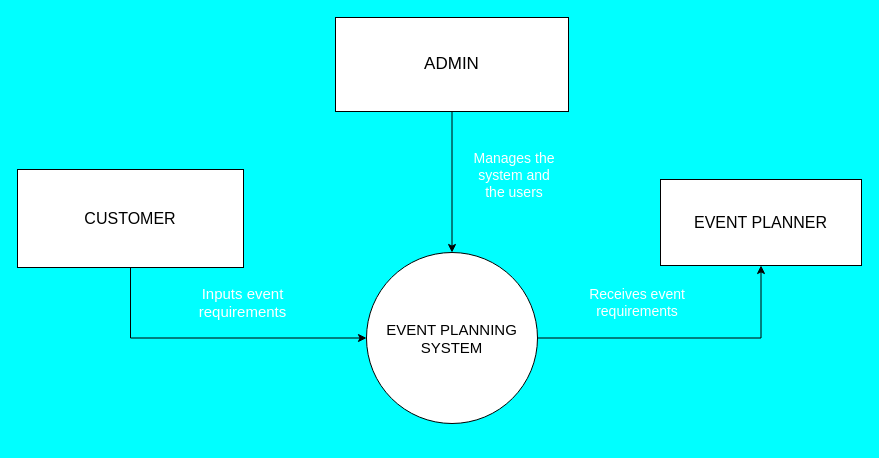
Before: page "Page-2" (2 of 8) of Untitled Diagram.drawio in Thuo001/ISProposal, a draw.io diagram. Source tidied: cells renumbered, new cells numbered last; positions are measured from the earlier drawing's top-left corner, leaving out a move shared by most shapes. Both pictures are drawn from the tidied source at 100%, with x=0, y=0 at pixel (17, 17).
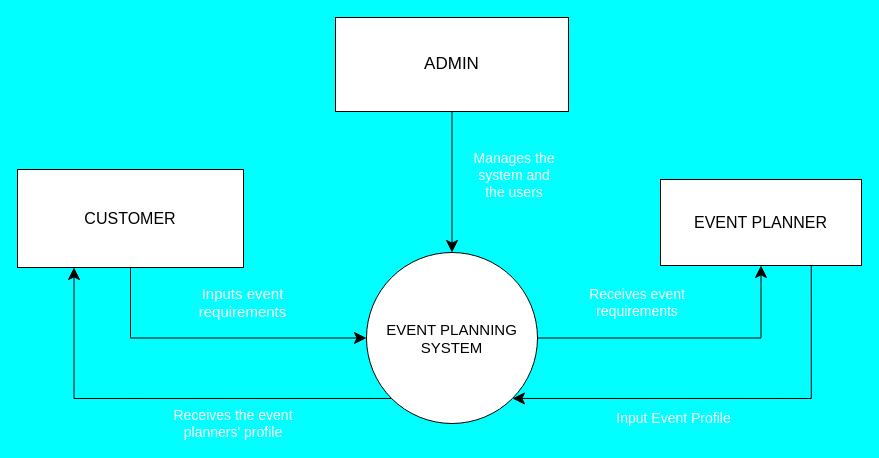
The same diagram, later.

What changed in the source:
```diff
@@
 <mxGraphModel background="#00FFFF">
   <root>
     <mxCell id="0" />
     <mxCell id="1" parent="0" />
-    <mxCell id="2" style="edgeStyle=orthogonalEdgeStyle;rounded=0;jettySize=auto;html=1;exitX=1;exitY=0.5;exitDx=0;exitDy=0;entryX=0.5;entryY=1;entryDx=0;entryDy=0;" parent="1" edge="1" source="3" target="6">
+    <mxCell id="2" style="edgeStyle=orthogonalEdgeStyle;rounded=0;jettySize=auto;html=1;exitX=1;exitY=0.5;exitDx=0;exitDy=0;entryX=0.5;entryY=1;entryDx=0;entryDy=0;endSize=10;startSize=10;" parent="1" edge="1" source="3" target="6">
       <mxGeometry relative="1" as="geometry" />
     </mxCell>
+    <mxCell id="12" style="edgeStyle=orthogonalEdgeStyle;rounded=0;jettySize=auto;html=1;exitX=0;exitY=1;exitDx=0;exitDy=0;entryX=0.25;entryY=1;entryDx=0;entryDy=0;endSize=10;startSize=10;" parent="1" edge="1" source="3" target="8">
+      <mxGeometry relative="1" as="geometry" />
+    </mxCell>
     <mxCell id="3" value="&lt;font style=&quot;font-size: 15px;&quot;&gt;EVENT PLANNING SYSTEM&lt;/font&gt;" style="ellipse;whiteSpace=wrap;html=1;" parent="1" vertex="1">
       <mxGeometry x="349" y="235" width="171" height="171" as="geometry" />
     </mxCell>
-    <mxCell id="4" style="edgeStyle=orthogonalEdgeStyle;rounded=0;jettySize=auto;html=1;exitX=0.5;exitY=1;exitDx=0;exitDy=0;" parent="1" edge="1" source="5" target="3">
+    <mxCell id="4" style="edgeStyle=orthogonalEdgeStyle;rounded=0;jettySize=auto;html=1;exitX=0.5;exitY=1;exitDx=0;exitDy=0;endSize=10;startSize=10;" parent="1" edge="1" source="5" target="3">
       <mxGeometry relative="1" as="geometry" />
     </mxCell>
     <mxCell id="5" value="&lt;font style=&quot;font-size: 17px;&quot;&gt;ADMIN&lt;/font&gt;" style="rounded=0;whiteSpace=wrap;html=1;" parent="1" vertex="1">
       <mxGeometry x="318" width="233" height="94" as="geometry" />
     </mxCell>
+    <mxCell id="13" style="edgeStyle=orthogonalEdgeStyle;rounded=0;jettySize=auto;html=1;exitX=0.75;exitY=1;exitDx=0;exitDy=0;entryX=1;entryY=1;entryDx=0;entryDy=0;endSize=10;startSize=10;" parent="1" edge="1" source="6" target="3">
+      <mxGeometry relative="1" as="geometry" />
+    </mxCell>
     <mxCell id="6" value="&lt;font style=&quot;font-size: 16px;&quot;&gt;EVENT PLANNER&lt;/font&gt;" style="rounded=0;whiteSpace=wrap;html=1;" parent="1" vertex="1">
       <mxGeometry x="643" y="162" width="201" height="86" as="geometry" />
     </mxCell>
-    <mxCell id="7" style="edgeStyle=orthogonalEdgeStyle;rounded=0;jettySize=auto;html=1;exitX=0.5;exitY=1;exitDx=0;exitDy=0;entryX=0;entryY=0.5;entryDx=0;entryDy=0;" parent="1" edge="1" source="8" target="3">
+    <mxCell id="7" style="edgeStyle=orthogonalEdgeStyle;rounded=0;jettySize=auto;html=1;exitX=0.5;exitY=1;exitDx=0;exitDy=0;entryX=0;entryY=0.5;entryDx=0;entryDy=0;endSize=10;startSize=10;" parent="1" edge="1" source="8" target="3">
       <mxGeometry relative="1" as="geometry" />
     </mxCell>
     <mxCell id="8" value="&lt;font style=&quot;font-size: 16px;&quot;&gt;CUSTOMER&lt;/font&gt;" style="rounded=0;whiteSpace=wrap;html=1;" parent="1" vertex="1">
       <mxGeometry y="152" width="226" height="98" as="geometry" />
     </mxCell>
     <mxCell id="9" value="&lt;font color=&quot;#ffffff&quot; style=&quot;font-size: 15px;&quot;&gt;Inputs event requirements&lt;/font&gt;" style="text;html=1;strokeColor=none;fillColor=none;align=center;verticalAlign=middle;whiteSpace=wrap;rounded=0;" parent="1" vertex="1">
       <mxGeometry x="164" y="270" width="123" height="30" as="geometry" />
     </mxCell>
     <mxCell id="10" value="&lt;font color=&quot;#ffffff&quot; style=&quot;font-size: 14px;&quot;&gt;Manages the system and the users&lt;/font&gt;" style="text;html=1;strokeColor=none;fillColor=none;align=center;verticalAlign=middle;whiteSpace=wrap;rounded=0;" parent="1" vertex="1">
       <mxGeometry x="449" y="143" width="96" height="30" as="geometry" />
     </mxCell>
     <mxCell id="11" value="&lt;font style=&quot;font-size: 14px;&quot; color=&quot;#ffffff&quot;&gt;Receives event requirements&lt;/font&gt;" style="text;html=1;strokeColor=none;fillColor=none;align=center;verticalAlign=middle;whiteSpace=wrap;rounded=0;" parent="1" vertex="1">
       <mxGeometry x="570" y="270" width="100" height="30" as="geometry" />
     </mxCell>
+    <mxCell id="14" value="&lt;font color=&quot;#ffffff&quot; style=&quot;font-size: 14px;&quot;&gt;Input Event Profile&lt;/font&gt;" style="text;html=1;strokeColor=none;fillColor=none;align=center;verticalAlign=middle;whiteSpace=wrap;rounded=0;" parent="1" vertex="1">
+      <mxGeometry x="586" y="386" width="141" height="30" as="geometry" />
+    </mxCell>
+    <mxCell id="15" value="&lt;font color=&quot;#ffffff&quot; style=&quot;&quot;&gt;&lt;span style=&quot;font-size: 14px;&quot;&gt;Receives&amp;nbsp;the event planners' profile&lt;/span&gt;&lt;/font&gt;" style="text;html=1;strokeColor=none;fillColor=none;align=center;verticalAlign=middle;whiteSpace=wrap;rounded=0;" parent="1" vertex="1">
+      <mxGeometry x="149" y="391" width="134" height="30" as="geometry" />
+    </mxCell>
   </root>
 </mxGraphModel>
```
